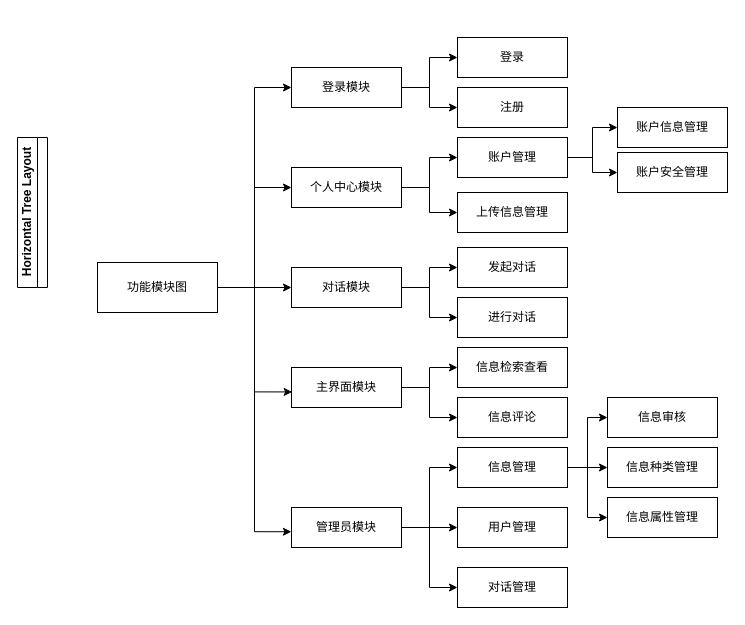
Earlier version of the draw.io diagram page "功能模块图" (5 of 9) of 校园信息发布平台流程图.drawio (zzsbz/infodeli_drawio). Source tidied: cells renumbered, new cells numbered last; positions are measured from the earlier drawing's top-left corner, leaving out a move shared by most shapes. Both pictures are drawn from the tidied source at 100%, with x=0, y=0 at pixel (17, 37).
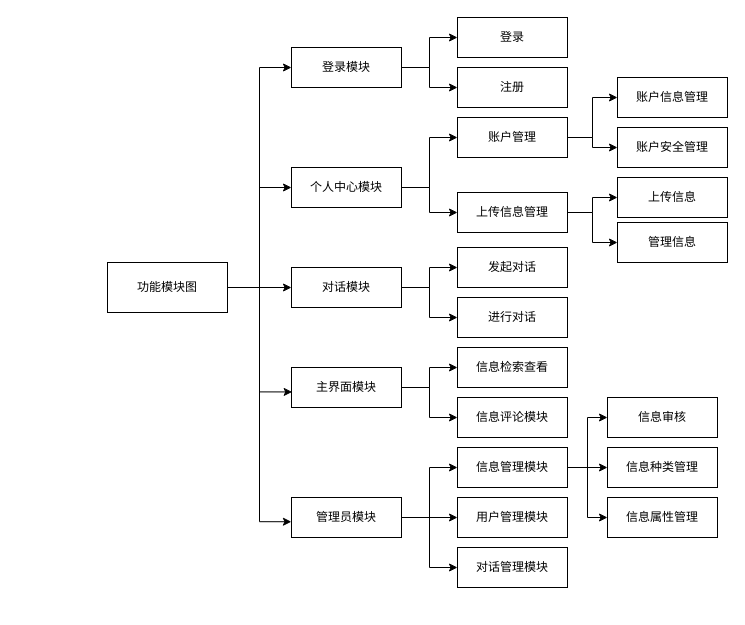
After the change.

Unchanged cells that the change refers to:
```xml
<mxCell id="18" value="上传信息管理" style="rounded=0;whiteSpace=wrap;html=1;" parent="1" vertex="1">
  <mxGeometry x="440" y="155" width="110" height="40" as="geometry" />
</mxCell>
```

The edit, as a diff of the source:
```diff
@@
-    <mxCell id="2" value="Horizontal Tree Layout" style="swimlane;html=1;startSize=20;horizontal=0;horizontalTree=1;containerType=tree;" parent="1" vertex="1" collapsed="1">
-      <mxGeometry y="100" width="30" height="150" as="geometry" />
-    </mxCell>
@@
     <mxCell id="8" value="功能模块图" style="rounded=0;whiteSpace=wrap;html=1;" parent="1" vertex="1">
-      <mxGeometry x="80" y="225" width="120" height="50" as="geometry" />
+      <mxGeometry x="90" y="225" width="120" height="50" as="geometry" />
     </mxCell>
@@
-    <mxCell id="10" style="edgeStyle=orthogonalEdgeStyle;rounded=0;jettySize=auto;html=1;exitX=1;exitY=0.5;exitDx=0;exitDy=0;" parent="1" edge="1" source="11" target="25">
+    <mxCell id="10" style="edgeStyle=orthogonalEdgeStyle;rounded=0;jettySize=auto;html=1;exitX=1;exitY=0.5;exitDx=0;exitDy=0;entryX=0;entryY=0.5;entryDx=0;entryDy=0;" parent="1" edge="1" source="11" target="25">
       <mxGeometry relative="1" as="geometry" />
     </mxCell>
     <mxCell id="11" value="登录模块" style="rounded=0;whiteSpace=wrap;html=1;" parent="1" vertex="1">
-      <mxGeometry x="274" y="30" width="110" height="40" as="geometry" />
+      <mxGeometry x="274" y="10" width="110" height="40" as="geometry" />
     </mxCell>
@@
+    <mxCell id="46" style="edgeStyle=orthogonalEdgeStyle;rounded=0;jettySize=auto;html=1;exitX=1;exitY=0.5;exitDx=0;exitDy=0;entryX=0;entryY=0.5;entryDx=0;entryDy=0;" parent="1" edge="1" source="18" target="48">
+      <mxGeometry relative="1" as="geometry" />
+    </mxCell>
+    <mxCell id="47" style="edgeStyle=orthogonalEdgeStyle;rounded=0;jettySize=auto;html=1;exitX=1;exitY=0.5;exitDx=0;exitDy=0;entryX=0;entryY=0.5;entryDx=0;entryDy=0;" parent="1" edge="1" source="18" target="49">
+      <mxGeometry relative="1" as="geometry" />
+    </mxCell>
@@
     <mxCell id="19" value="账户安全管理" style="rounded=0;whiteSpace=wrap;html=1;" parent="1" vertex="1">
-      <mxGeometry x="600" y="115" width="110" height="40" as="geometry" />
+      <mxGeometry x="600" y="90" width="110" height="40" as="geometry" />
     </mxCell>
     <mxCell id="20" value="账户信息管理" style="rounded=0;whiteSpace=wrap;html=1;" parent="1" vertex="1">
-      <mxGeometry x="600" y="70" width="110" height="40" as="geometry" />
+      <mxGeometry x="600" y="40" width="110" height="40" as="geometry" />
     </mxCell>
@@
     <mxCell id="23" value="账户管理" style="rounded=0;whiteSpace=wrap;html=1;" parent="1" vertex="1">
-      <mxGeometry x="440" y="100" width="110" height="40" as="geometry" />
+      <mxGeometry x="440" y="80" width="110" height="40" as="geometry" />
     </mxCell>
     <mxCell id="24" value="注册" style="rounded=0;whiteSpace=wrap;html=1;" parent="1" vertex="1">
-      <mxGeometry x="440" y="50" width="110" height="40" as="geometry" />
+      <mxGeometry x="440" y="30" width="110" height="40" as="geometry" />
     </mxCell>
     <mxCell id="25" value="登录" style="rounded=0;whiteSpace=wrap;html=1;" parent="1" vertex="1">
-      <mxGeometry x="440" width="110" height="40" as="geometry" />
+      <mxGeometry x="440" y="-20" width="110" height="40" as="geometry" />
     </mxCell>
@@
     <mxCell id="29" value="管理员模块" style="rounded=0;whiteSpace=wrap;html=1;" parent="1" vertex="1">
-      <mxGeometry x="274" y="470" width="110" height="40" as="geometry" />
+      <mxGeometry x="274" y="460" width="110" height="40" as="geometry" />
     </mxCell>
-    <mxCell id="30" value="信息评论" style="rounded=0;whiteSpace=wrap;html=1;" parent="1" vertex="1">
+    <mxCell id="30" value="信息评论模块" style="rounded=0;whiteSpace=wrap;html=1;" parent="1" vertex="1">
       <mxGeometry x="440" y="360" width="110" height="40" as="geometry" />
     </mxCell>
@@
-    <mxCell id="38" value="对话管理" style="rounded=0;whiteSpace=wrap;html=1;" parent="1" vertex="1">
-      <mxGeometry x="440" y="530" width="110" height="40" as="geometry" />
+    <mxCell id="38" value="对话管理模块" style="rounded=0;whiteSpace=wrap;html=1;" parent="1" vertex="1">
+      <mxGeometry x="440" y="510" width="110" height="40" as="geometry" />
     </mxCell>
-    <mxCell id="39" value="用户管理" style="rounded=0;whiteSpace=wrap;html=1;" parent="1" vertex="1">
-      <mxGeometry x="440" y="470" width="110" height="40" as="geometry" />
+    <mxCell id="39" value="用户管理模块" style="rounded=0;whiteSpace=wrap;html=1;" parent="1" vertex="1">
+      <mxGeometry x="440" y="460" width="110" height="40" as="geometry" />
     </mxCell>
@@
-    <mxCell id="43" value="信息管理" style="rounded=0;whiteSpace=wrap;html=1;" parent="1" vertex="1">
+    <mxCell id="43" value="信息管理模块" style="rounded=0;whiteSpace=wrap;html=1;" parent="1" vertex="1">
       <mxGeometry x="440" y="410" width="110" height="40" as="geometry" />
     </mxCell>
@@
+    <mxCell id="48" value="管理信息" style="rounded=0;whiteSpace=wrap;html=1;" parent="1" vertex="1">
+      <mxGeometry x="600" y="185" width="110" height="40" as="geometry" />
+    </mxCell>
+    <mxCell id="49" value="上传信息" style="rounded=0;whiteSpace=wrap;html=1;" parent="1" vertex="1">
+      <mxGeometry x="600" y="140" width="110" height="40" as="geometry" />
+    </mxCell>
```
